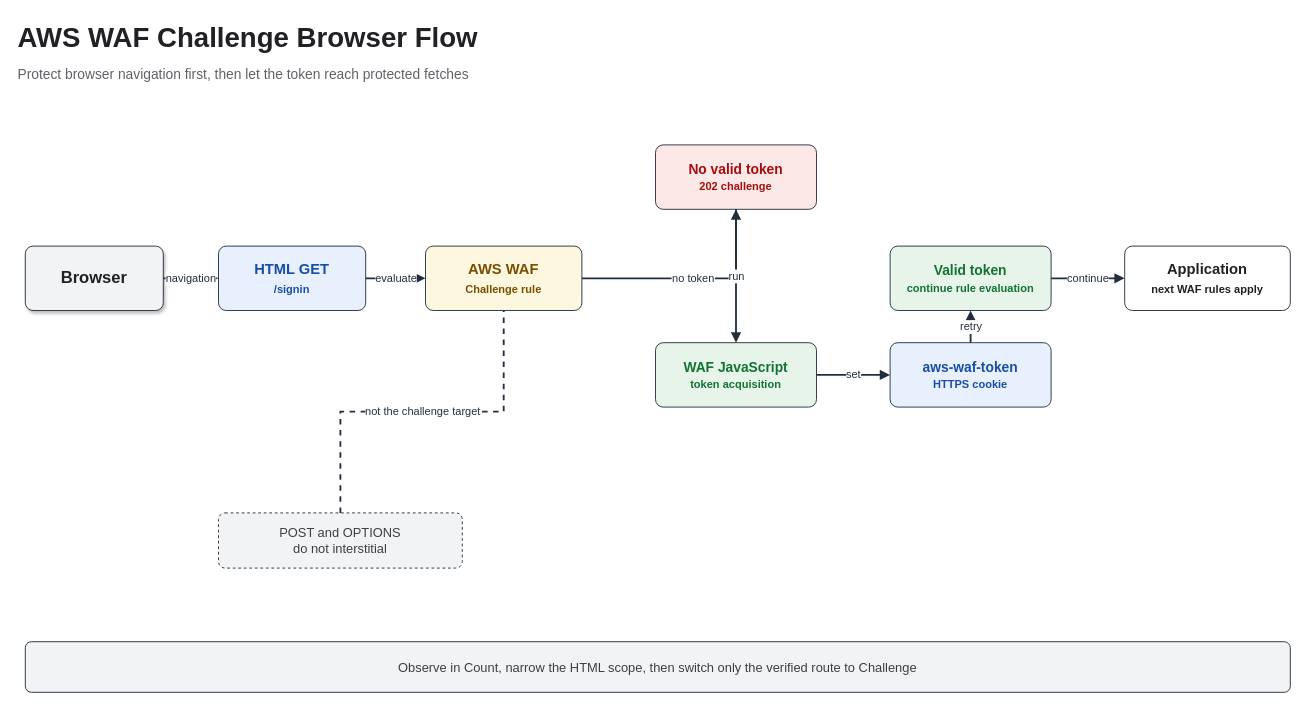
The draw.io diagram assets/img/aws/aws-waf-challenge-token-flow.drawio in KKamJi98/kkamji98.github.io, before the edit. Source tidied: cells renumbered, new cells numbered last; positions are measured from the earlier drawing's top-left corner, leaving out a move shared by most shapes. Both pictures are drawn from the tidied source at 92%, with x=0, y=0 at pixel (16, 16).
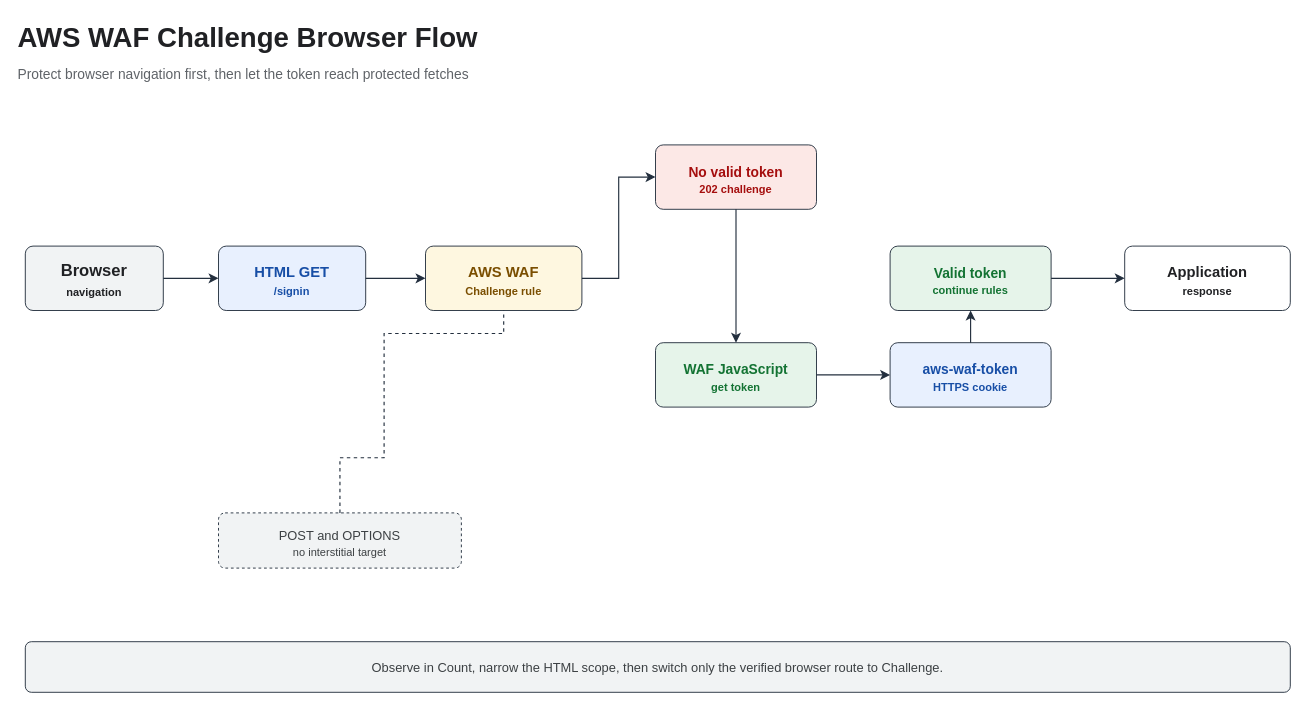
After the change.

Commit message (it also covers changes not shown here):
docs: refine WAF Challenge flow diagram

The edit, as a diff of the source:
```diff
@@
-<mxGraphModel>
+<mxGraphModel background="#FFFFFF">
@@
-    <mxCell id="2" value="AWS WAF Challenge Browser Flow" style="text;html=1;align=left;verticalAlign=middle;fontSize=30;fontStyle=1;fontColor=#202124;" parent="1" vertex="1">
+    <mxCell id="2" value="&lt;font style=&quot;color: rgb(32, 33, 36);&quot;&gt;AWS WAF Challenge Browser Flow&lt;/font&gt;" style="text;html=1;align=left;verticalAlign=middle;fontSize=30;fontStyle=1;fontColor=#202124;" parent="1" vertex="1">
       <mxGeometry width="790" height="45" as="geometry" />
     </mxCell>
-    <mxCell id="3" value="Protect browser navigation first, then let the token reach protected fetches" style="text;html=1;align=left;verticalAlign=middle;fontSize=15;fontColor=#5f6368;" parent="1" vertex="1">
+    <mxCell id="3" value="&lt;font style=&quot;color: rgb(95, 99, 104);&quot;&gt;Protect browser navigation first, then let the token reach protected fetches&lt;/font&gt;" style="text;html=1;align=left;verticalAlign=middle;fontSize=15;fontColor=#5f6368;" parent="1" vertex="1">
       <mxGeometry y="48" width="850" height="30" as="geometry" />
     </mxCell>
-    <mxCell id="4" value="Browser" style="rounded=1;whiteSpace=wrap;html=1;fillColor=#f1f3f4;strokeColor=#232F3E;fontColor=#202124;fontSize=18;fontStyle=1;shadow=1;arcSize=12;" parent="1" vertex="1">
+    <mxCell id="4" value="&lt;font style=&quot;color: rgb(32, 33, 36);&quot;&gt;Browser&lt;br&gt;&lt;font style=&quot;font-size: 12px;&quot;&gt;navigation&lt;/font&gt;&lt;/font&gt;" style="rounded=1;whiteSpace=wrap;html=1;fillColor=#f1f3f4;strokeColor=#232F3E;fontColor=#202124;fontSize=18;fontStyle=1;arcSize=12;spacingTop=5;" parent="1" vertex="1">
       <mxGeometry x="10" y="250" width="150" height="70" as="geometry" />
     </mxCell>
-    <mxCell id="5" value="HTML GET&lt;br&gt;&lt;font style=&quot;font-size:12px&quot;&gt;/signin&lt;/font&gt;" style="rounded=1;whiteSpace=wrap;html=1;fillColor=#e8f0fe;strokeColor=#232F3E;fontColor=#174ea6;fontSize=16;fontStyle=1;arcSize=12;" parent="1" vertex="1">
+    <mxCell id="5" value="&lt;font style=&quot;color: rgb(23, 78, 166);&quot;&gt;HTML GET&lt;br&gt;&lt;font style=&quot;font-size: 12px;&quot;&gt;/signin&lt;/font&gt;&lt;/font&gt;" style="rounded=1;whiteSpace=wrap;html=1;fillColor=#e8f0fe;strokeColor=#232F3E;fontColor=#174ea6;fontSize=16;fontStyle=1;arcSize=12;spacingTop=5;" parent="1" vertex="1">
       <mxGeometry x="220" y="250" width="160" height="70" as="geometry" />
     </mxCell>
-    <mxCell id="6" value="AWS WAF&lt;br&gt;&lt;font style=&quot;font-size:12px&quot;&gt;Challenge rule&lt;/font&gt;" style="rounded=1;whiteSpace=wrap;html=1;fillColor=#fef7e0;strokeColor=#232F3E;fontColor=#7a4e00;fontSize=16;fontStyle=1;arcSize=12;" parent="1" vertex="1">
+    <mxCell id="6" value="&lt;font style=&quot;color: rgb(122, 78, 0);&quot;&gt;AWS WAF&lt;br&gt;&lt;font style=&quot;font-size: 12px;&quot;&gt;Challenge rule&lt;/font&gt;&lt;/font&gt;" style="rounded=1;whiteSpace=wrap;html=1;fillColor=#fef7e0;strokeColor=#232F3E;fontColor=#7a4e00;fontSize=16;fontStyle=1;arcSize=12;spacingTop=5;" parent="1" vertex="1">
       <mxGeometry x="445" y="250" width="170" height="70" as="geometry" />
     </mxCell>
-    <mxCell id="7" value="No valid token&lt;br&gt;&lt;font style=&quot;font-size:12px&quot;&gt;202 challenge&lt;/font&gt;" style="rounded=1;whiteSpace=wrap;html=1;fillColor=#fce8e6;strokeColor=#232F3E;fontColor=#a50e0e;fontSize=15;fontStyle=1;arcSize=12;" parent="1" vertex="1">
+    <mxCell id="7" value="&lt;font style=&quot;color: rgb(165, 14, 14);&quot;&gt;No valid token&lt;br&gt;&lt;font style=&quot;font-size: 12px;&quot;&gt;202 challenge&lt;/font&gt;&lt;/font&gt;" style="rounded=1;whiteSpace=wrap;html=1;fillColor=#fce8e6;strokeColor=#232F3E;fontColor=#a50e0e;fontSize=15;fontStyle=1;arcSize=12;spacingTop=5;" parent="1" vertex="1">
       <mxGeometry x="695" y="140" width="175" height="70" as="geometry" />
     </mxCell>
-    <mxCell id="8" value="WAF JavaScript&lt;br&gt;&lt;font style=&quot;font-size:12px&quot;&gt;token acquisition&lt;/font&gt;" style="rounded=1;whiteSpace=wrap;html=1;fillColor=#e6f4ea;strokeColor=#232F3E;fontColor=#137333;fontSize=15;fontStyle=1;arcSize=12;" parent="1" vertex="1">
+    <mxCell id="8" value="&lt;font style=&quot;color: rgb(19, 115, 51);&quot;&gt;WAF JavaScript&lt;br&gt;&lt;font style=&quot;font-size: 12px;&quot;&gt;get token&lt;/font&gt;&lt;/font&gt;" style="rounded=1;whiteSpace=wrap;html=1;fillColor=#e6f4ea;strokeColor=#232F3E;fontColor=#137333;fontSize=15;fontStyle=1;arcSize=12;spacingTop=5;" parent="1" vertex="1">
       <mxGeometry x="695" y="355" width="175" height="70" as="geometry" />
     </mxCell>
-    <mxCell id="9" value="aws-waf-token&lt;br&gt;&lt;font style=&quot;font-size:12px&quot;&gt;HTTPS cookie&lt;/font&gt;" style="rounded=1;whiteSpace=wrap;html=1;fillColor=#e8f0fe;strokeColor=#232F3E;fontColor=#174ea6;fontSize=15;fontStyle=1;arcSize=12;" parent="1" vertex="1">
+    <mxCell id="9" value="&lt;font style=&quot;color: rgb(23, 78, 166);&quot;&gt;aws-waf-token&lt;br&gt;&lt;font style=&quot;font-size: 12px;&quot;&gt;HTTPS cookie&lt;/font&gt;&lt;/font&gt;" style="rounded=1;whiteSpace=wrap;html=1;fillColor=#e8f0fe;strokeColor=#232F3E;fontColor=#174ea6;fontSize=15;fontStyle=1;arcSize=12;spacingTop=5;" parent="1" vertex="1">
       <mxGeometry x="950" y="355" width="175" height="70" as="geometry" />
     </mxCell>
-    <mxCell id="10" value="Valid token&lt;br&gt;&lt;font style=&quot;font-size:12px&quot;&gt;continue rule evaluation&lt;/font&gt;" style="rounded=1;whiteSpace=wrap;html=1;fillColor=#e6f4ea;strokeColor=#232F3E;fontColor=#137333;fontSize=15;fontStyle=1;arcSize=12;" parent="1" vertex="1">
+    <mxCell id="10" value="&lt;font style=&quot;color: rgb(19, 115, 51);&quot;&gt;Valid token&lt;br&gt;&lt;font style=&quot;font-size: 12px;&quot;&gt;continue rules&lt;/font&gt;&lt;/font&gt;" style="rounded=1;whiteSpace=wrap;html=1;fillColor=#e6f4ea;strokeColor=#232F3E;fontColor=#137333;fontSize=15;fontStyle=1;arcSize=12;spacingTop=5;" parent="1" vertex="1">
       <mxGeometry x="950" y="250" width="175" height="70" as="geometry" />
     </mxCell>
-    <mxCell id="11" value="Application&lt;br&gt;&lt;font style=&quot;font-size:12px&quot;&gt;next WAF rules apply&lt;/font&gt;" style="rounded=1;whiteSpace=wrap;html=1;fillColor=#ffffff;strokeColor=#232F3E;fontColor=#202124;fontSize=16;fontStyle=1;arcSize=12;" parent="1" vertex="1">
+    <mxCell id="11" value="&lt;font style=&quot;color: rgb(32, 33, 36);&quot;&gt;Application&lt;br&gt;&lt;font style=&quot;font-size: 12px;&quot;&gt;response&lt;/font&gt;&lt;/font&gt;" style="rounded=1;whiteSpace=wrap;html=1;fillColor=#ffffff;strokeColor=#232F3E;fontColor=#202124;fontSize=16;fontStyle=1;arcSize=12;spacingTop=5;" parent="1" vertex="1">
       <mxGeometry x="1205" y="250" width="180" height="70" as="geometry" />
     </mxCell>
-    <mxCell id="12" value="POST and OPTIONS&lt;br&gt;do not interstitial" style="rounded=1;whiteSpace=wrap;html=1;fillColor=#f1f3f4;strokeColor=#232F3E;fontColor=#3c4043;fontSize=14;dashed=1;arcSize=12;" parent="1" vertex="1">
-      <mxGeometry x="220" y="540" width="265" height="60" as="geometry" />
+    <mxCell id="12" value="&lt;font style=&quot;color: rgb(60, 64, 67);&quot;&gt;POST and OPTIONS&lt;br&gt;&lt;font style=&quot;font-size: 12px;&quot;&gt;no interstitial target&lt;/font&gt;&lt;/font&gt;" style="rounded=1;whiteSpace=wrap;html=1;fillColor=#f1f3f4;strokeColor=#232F3E;fontColor=#3c4043;fontSize=14;dashed=1;arcSize=12;spacingTop=5;" parent="1" vertex="1">
+      <mxGeometry x="220" y="540" width="264" height="60" as="geometry" />
     </mxCell>
-    <mxCell id="13" value="Observe in Count, narrow the HTML scope, then switch only the verified route to Challenge" style="rounded=1;whiteSpace=wrap;html=1;fillColor=#f1f3f4;strokeColor=#232F3E;fontColor=#3c4043;fontSize=14;arcSize=12;" parent="1" vertex="1">
+    <mxCell id="13" value="&lt;font style=&quot;color: rgb(60, 64, 67);&quot;&gt;Observe in Count, narrow the HTML scope, then switch only the verified browser route to Challenge.&lt;/font&gt;" style="rounded=1;whiteSpace=wrap;html=1;fillColor=#f1f3f4;strokeColor=#232F3E;fontColor=#3c4043;fontSize=14;arcSize=12;" parent="1" vertex="1">
       <mxGeometry x="10" y="680" width="1375" height="55" as="geometry" />
     </mxCell>
-    <mxCell id="14" value="navigation" style="edgeStyle=orthogonalEdgeStyle;rounded=0;jettySize=auto;html=1;endArrow=block;endFill=1;strokeWidth=2;strokeColor=#232F3E;fontColor=#232F3E;fontSize=12;labelBackgroundColor=#ffffff;" parent="1" edge="1" source="4" target="5">
+    <mxCell id="14" style="edgeStyle=orthogonalEdgeStyle;rounded=0;jettySize=auto;html=1;endArrow=classic;endFill=1;endSize=7;strokeWidth=1.25;strokeColor=#232F3E;fontColor=#232F3E;fontSize=12;labelBackgroundColor=none;exitX=1;exitY=0.5;exitDx=0;exitDy=0;entryX=0;entryY=0.5;entryDx=0;entryDy=0;" parent="1" edge="1" source="4" target="5">
       <mxGeometry relative="1" as="geometry" />
     </mxCell>
-    <mxCell id="15" value="evaluate" style="edgeStyle=orthogonalEdgeStyle;rounded=0;jettySize=auto;html=1;endArrow=block;endFill=1;strokeWidth=2;strokeColor=#232F3E;fontColor=#232F3E;fontSize=12;labelBackgroundColor=#ffffff;" parent="1" edge="1" source="5" target="6">
+    <mxCell id="15" style="edgeStyle=orthogonalEdgeStyle;rounded=0;jettySize=auto;html=1;endArrow=classic;endFill=1;endSize=7;strokeWidth=1.25;strokeColor=#232F3E;fontColor=#232F3E;fontSize=12;labelBackgroundColor=none;exitX=1;exitY=0.5;exitDx=0;exitDy=0;entryX=0;entryY=0.5;entryDx=0;entryDy=0;" parent="1" edge="1" source="5" target="6">
       <mxGeometry relative="1" as="geometry" />
     </mxCell>
-    <mxCell id="16" value="no token" style="edgeStyle=orthogonalEdgeStyle;rounded=0;jettySize=auto;html=1;endArrow=block;endFill=1;strokeWidth=2;strokeColor=#232F3E;fontColor=#232F3E;fontSize=12;labelBackgroundColor=#ffffff;" parent="1" edge="1" source="6" target="7">
-      <mxGeometry relative="1" as="geometry" />
+    <mxCell id="16" style="edgeStyle=orthogonalEdgeStyle;rounded=0;jettySize=auto;html=1;endArrow=classic;endFill=1;endSize=7;strokeWidth=1.25;strokeColor=#232F3E;fontColor=#232F3E;fontSize=12;labelBackgroundColor=none;exitX=1;exitY=0.5;exitDx=0;exitDy=0;entryX=0;entryY=0.5;entryDx=0;entryDy=0;" parent="1" edge="1" source="6" target="7">
+      <mxGeometry relative="1" as="geometry">
+        <Array as="points">
+          <mxPoint x="655" y="285" />
+          <mxPoint x="655" y="175" />
+        </Array>
+      </mxGeometry>
     </mxCell>
-    <mxCell id="17" value="run" style="edgeStyle=orthogonalEdgeStyle;rounded=0;jettySize=auto;html=1;endArrow=block;endFill=1;strokeWidth=2;strokeColor=#232F3E;fontColor=#232F3E;fontSize=12;labelBackgroundColor=#ffffff;" parent="1" edge="1" source="7" target="8">
+    <mxCell id="17" style="edgeStyle=orthogonalEdgeStyle;rounded=0;jettySize=auto;html=1;endArrow=classic;endFill=1;endSize=7;strokeWidth=1.25;strokeColor=#232F3E;fontColor=#232F3E;fontSize=12;labelBackgroundColor=none;exitX=0.5;exitY=1;exitDx=0;exitDy=0;entryX=0.5;entryY=0;entryDx=0;entryDy=0;" parent="1" edge="1" source="7" target="8">
       <mxGeometry relative="1" as="geometry" />
     </mxCell>
-    <mxCell id="18" value="set" style="edgeStyle=orthogonalEdgeStyle;rounded=0;jettySize=auto;html=1;endArrow=block;endFill=1;strokeWidth=2;strokeColor=#232F3E;fontColor=#232F3E;fontSize=12;labelBackgroundColor=#ffffff;" parent="1" edge="1" source="8" target="9">
+    <mxCell id="18" style="edgeStyle=orthogonalEdgeStyle;rounded=0;jettySize=auto;html=1;endArrow=classic;endFill=1;endSize=7;strokeWidth=1.25;strokeColor=#232F3E;fontColor=#232F3E;fontSize=12;labelBackgroundColor=none;exitX=1;exitY=0.5;exitDx=0;exitDy=0;entryX=0;entryY=0.5;entryDx=0;entryDy=0;" parent="1" edge="1" source="8" target="9">
       <mxGeometry relative="1" as="geometry" />
     </mxCell>
-    <mxCell id="19" value="retry" style="edgeStyle=orthogonalEdgeStyle;rounded=0;jettySize=auto;html=1;endArrow=block;endFill=1;strokeWidth=2;strokeColor=#232F3E;fontColor=#232F3E;fontSize=12;labelBackgroundColor=#ffffff;" parent="1" edge="1" source="9" target="10">
+    <mxCell id="19" style="edgeStyle=orthogonalEdgeStyle;rounded=0;jettySize=auto;html=1;endArrow=classic;endFill=1;endSize=7;strokeWidth=1.25;strokeColor=#232F3E;fontColor=#232F3E;fontSize=12;labelBackgroundColor=none;exitX=0.5;exitY=0;exitDx=0;exitDy=0;entryX=0.5;entryY=1;entryDx=0;entryDy=0;" parent="1" edge="1" source="9" target="10">
       <mxGeometry relative="1" as="geometry" />
     </mxCell>
-    <mxCell id="20" value="continue" style="edgeStyle=orthogonalEdgeStyle;rounded=0;jettySize=auto;html=1;endArrow=block;endFill=1;strokeWidth=2;strokeColor=#232F3E;fontColor=#232F3E;fontSize=12;labelBackgroundColor=#ffffff;" parent="1" edge="1" source="10" target="11">
+    <mxCell id="20" style="edgeStyle=orthogonalEdgeStyle;rounded=0;jettySize=auto;html=1;endArrow=classic;endFill=1;endSize=7;strokeWidth=1.25;strokeColor=#232F3E;fontColor=#232F3E;fontSize=12;labelBackgroundColor=none;exitX=1;exitY=0.5;exitDx=0;exitDy=0;entryX=0;entryY=0.5;entryDx=0;entryDy=0;" parent="1" edge="1" source="10" target="11">
       <mxGeometry relative="1" as="geometry" />
     </mxCell>
-    <mxCell id="21" value="not the challenge target" style="edgeStyle=orthogonalEdgeStyle;rounded=0;jettySize=auto;html=1;dashed=1;endArrow=none;strokeWidth=2;strokeColor=#232F3E;fontColor=#232F3E;fontSize=12;labelBackgroundColor=#ffffff;" parent="1" edge="1" source="12" target="6">
-      <mxGeometry relative="1" as="geometry" />
+    <mxCell id="21" style="edgeStyle=orthogonalEdgeStyle;rounded=0;jettySize=auto;html=1;dashed=1;endArrow=none;strokeWidth=1.25;strokeColor=#232F3E;fontColor=#232F3E;fontSize=12;labelBackgroundColor=none;exitX=0.5;exitY=0;exitDx=0;exitDy=0;entryX=0.5;entryY=1;entryDx=0;entryDy=0;" parent="1" edge="1" source="12" target="6">
+      <mxGeometry relative="1" as="geometry">
+        <Array as="points">
+          <mxPoint x="352" y="480" />
+          <mxPoint x="400" y="480" />
+          <mxPoint x="400" y="345" />
+          <mxPoint x="530" y="345" />
+        </Array>
+      </mxGeometry>
     </mxCell>
```
